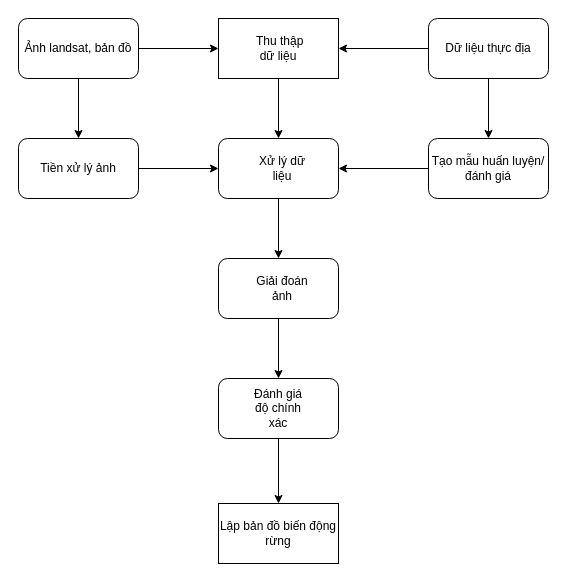
Before: tltk/kl.drawio in Hitachi124/-Users-lengochuynh-Downloads-code, a draw.io diagram. Source tidied: cells renumbered, new cells numbered last; positions are measured from the earlier drawing's top-left corner, leaving out a move shared by most shapes. Both pictures are drawn from the tidied source at 100%, with x=0, y=0 at pixel (18, 18).
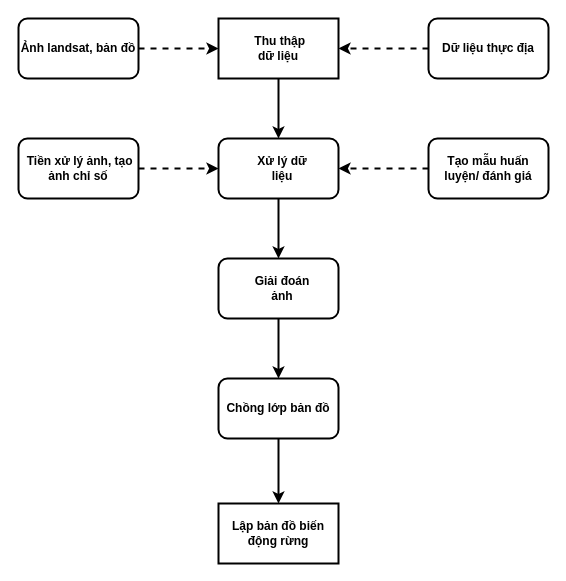
The same page after the edit.

Commit message:
Cập nhật kl.drawio

Change to the diagram source:
```diff
@@
-    <mxCell id="2" style="edgeStyle=orthogonalEdgeStyle;rounded=0;jettySize=auto;html=1;exitX=0.5;exitY=1;exitDx=0;exitDy=0;entryX=0.5;entryY=0;entryDx=0;entryDy=0;" parent="1" edge="1" source="3" target="6">
+    <mxCell id="2" style="edgeStyle=orthogonalEdgeStyle;rounded=0;jettySize=auto;html=1;exitX=0.5;exitY=1;exitDx=0;exitDy=0;entryX=0.5;entryY=0;entryDx=0;entryDy=0;strokeWidth=2;" parent="1" edge="1" source="3" target="6">
       <mxGeometry relative="1" as="geometry" />
     </mxCell>
-    <mxCell id="3" style="rounded=0;whiteSpace=wrap;html=1;" parent="1" vertex="1">
+    <mxCell id="3" style="rounded=0;whiteSpace=wrap;html=1;strokeWidth=2;" parent="1" vertex="1">
       <mxGeometry x="200" width="120" height="60" as="geometry" />
     </mxCell>
-    <mxCell id="4" value="Lập bản đồ biến động rừng" style="rounded=0;whiteSpace=wrap;html=1;" parent="1" vertex="1">
+    <mxCell id="4" value="&lt;b&gt;Lập bản đồ biến động rừng&lt;/b&gt;" style="rounded=0;whiteSpace=wrap;html=1;strokeWidth=2;" parent="1" vertex="1">
       <mxGeometry x="200" y="485" width="120" height="60" as="geometry" />
     </mxCell>
-    <mxCell id="5" style="edgeStyle=orthogonalEdgeStyle;rounded=0;jettySize=auto;html=1;exitX=0.5;exitY=1;exitDx=0;exitDy=0;entryX=0.5;entryY=0;entryDx=0;entryDy=0;" parent="1" edge="1" source="6" target="8">
+    <mxCell id="5" style="edgeStyle=orthogonalEdgeStyle;rounded=0;jettySize=auto;html=1;exitX=0.5;exitY=1;exitDx=0;exitDy=0;entryX=0.5;entryY=0;entryDx=0;entryDy=0;strokeWidth=2;" parent="1" edge="1" source="6" target="8">
       <mxGeometry relative="1" as="geometry" />
     </mxCell>
-    <mxCell id="6" style="rounded=1;whiteSpace=wrap;html=1;" parent="1" vertex="1">
+    <mxCell id="6" style="rounded=1;whiteSpace=wrap;html=1;strokeWidth=2;" parent="1" vertex="1">
       <mxGeometry x="200" y="120" width="120" height="60" as="geometry" />
     </mxCell>
-    <mxCell id="7" style="edgeStyle=orthogonalEdgeStyle;rounded=0;jettySize=auto;html=1;exitX=0.5;exitY=1;exitDx=0;exitDy=0;entryX=0.5;entryY=0;entryDx=0;entryDy=0;" parent="1" edge="1" source="8" target="10">
+    <mxCell id="7" style="edgeStyle=orthogonalEdgeStyle;rounded=0;jettySize=auto;html=1;exitX=0.5;exitY=1;exitDx=0;exitDy=0;entryX=0.5;entryY=0;entryDx=0;entryDy=0;strokeWidth=2;" parent="1" edge="1" source="8" target="10">
       <mxGeometry relative="1" as="geometry" />
     </mxCell>
-    <mxCell id="8" style="rounded=1;whiteSpace=wrap;html=1;" parent="1" vertex="1">
+    <mxCell id="8" style="rounded=1;whiteSpace=wrap;html=1;strokeWidth=2;" parent="1" vertex="1">
       <mxGeometry x="200" y="240" width="120" height="60" as="geometry" />
     </mxCell>
-    <mxCell id="9" style="edgeStyle=orthogonalEdgeStyle;rounded=0;jettySize=auto;html=1;exitX=0.5;exitY=1;exitDx=0;exitDy=0;entryX=0.5;entryY=0;entryDx=0;entryDy=0;" parent="1" edge="1" source="10" target="4">
+    <mxCell id="9" style="edgeStyle=orthogonalEdgeStyle;rounded=0;jettySize=auto;html=1;exitX=0.5;exitY=1;exitDx=0;exitDy=0;entryX=0.5;entryY=0;entryDx=0;entryDy=0;strokeWidth=2;" parent="1" edge="1" source="10" target="4">
       <mxGeometry relative="1" as="geometry" />
     </mxCell>
-    <mxCell id="10" style="rounded=1;whiteSpace=wrap;html=1;" parent="1" vertex="1">
+    <mxCell id="10" value="&lt;b&gt;Chồng lớp bản đồ&lt;/b&gt;" style="rounded=1;whiteSpace=wrap;html=1;strokeWidth=2;" parent="1" vertex="1">
       <mxGeometry x="200" y="360" width="120" height="60" as="geometry" />
     </mxCell>
-    <mxCell id="11" value="&amp;nbsp;Thu thập dữ liệu" style="text;html=1;align=center;verticalAlign=middle;whiteSpace=wrap;rounded=0;" parent="1" vertex="1">
+    <mxCell id="11" value="&lt;b&gt;&amp;nbsp;Thu thập dữ liệu&lt;/b&gt;" style="text;html=1;align=center;verticalAlign=middle;whiteSpace=wrap;rounded=0;" parent="1" vertex="1">
       <mxGeometry x="230" y="15" width="60" height="30" as="geometry" />
     </mxCell>
-    <mxCell id="12" value="Xử lý dữ liệu" style="text;html=1;align=center;verticalAlign=middle;whiteSpace=wrap;rounded=0;" parent="1" vertex="1">
+    <mxCell id="12" value="&lt;b&gt;Xử lý dữ liệu&lt;/b&gt;" style="text;html=1;align=center;verticalAlign=middle;whiteSpace=wrap;rounded=0;" parent="1" vertex="1">
       <mxGeometry x="234" y="135" width="60" height="30" as="geometry" />
     </mxCell>
-    <mxCell id="13" value="Giải đoán ảnh" style="text;html=1;align=center;verticalAlign=middle;whiteSpace=wrap;rounded=0;" parent="1" vertex="1">
+    <mxCell id="13" value="&lt;b&gt;Giải đoán ảnh&lt;/b&gt;" style="text;html=1;align=center;verticalAlign=middle;whiteSpace=wrap;rounded=0;" parent="1" vertex="1">
       <mxGeometry x="234" y="255" width="60" height="30" as="geometry" />
     </mxCell>
-    <mxCell id="14" value="Đánh giá độ chính xác" style="text;html=1;align=center;verticalAlign=middle;whiteSpace=wrap;rounded=0;" parent="1" vertex="1">
-      <mxGeometry x="230" y="375" width="60" height="30" as="geometry" />
-    </mxCell>
-    <mxCell id="15" style="edgeStyle=orthogonalEdgeStyle;rounded=0;jettySize=auto;html=1;exitX=1;exitY=0.5;exitDx=0;exitDy=0;entryX=0;entryY=0.5;entryDx=0;entryDy=0;" parent="1" edge="1" source="17" target="3">
+    <mxCell id="15" style="edgeStyle=orthogonalEdgeStyle;rounded=0;jettySize=auto;html=1;exitX=1;exitY=0.5;exitDx=0;exitDy=0;entryX=0;entryY=0.5;entryDx=0;entryDy=0;dashed=1;strokeWidth=2;" parent="1" edge="1" source="17" target="3">
       <mxGeometry relative="1" as="geometry" />
     </mxCell>
-    <mxCell id="16" style="edgeStyle=orthogonalEdgeStyle;rounded=0;jettySize=auto;html=1;exitX=0.5;exitY=1;exitDx=0;exitDy=0;entryX=0.5;entryY=0;entryDx=0;entryDy=0;" parent="1" edge="1" source="17" target="19">
-      <mxGeometry relative="1" as="geometry" />
-    </mxCell>
-    <mxCell id="17" value="Ảnh landsat, bản đồ" style="rounded=1;whiteSpace=wrap;html=1;" parent="1" vertex="1">
+    <mxCell id="17" value="&lt;b&gt;Ảnh landsat, bản đồ&lt;/b&gt;" style="rounded=1;whiteSpace=wrap;html=1;strokeWidth=2;" parent="1" vertex="1">
       <mxGeometry width="120" height="60" as="geometry" />
     </mxCell>
-    <mxCell id="18" style="edgeStyle=orthogonalEdgeStyle;rounded=0;jettySize=auto;html=1;exitX=1;exitY=0.5;exitDx=0;exitDy=0;entryX=0;entryY=0.5;entryDx=0;entryDy=0;" parent="1" edge="1" source="19" target="6">
+    <mxCell id="18" style="edgeStyle=orthogonalEdgeStyle;rounded=0;jettySize=auto;html=1;exitX=1;exitY=0.5;exitDx=0;exitDy=0;entryX=0;entryY=0.5;entryDx=0;entryDy=0;dashed=1;strokeWidth=2;" parent="1" edge="1" source="19" target="6">
       <mxGeometry relative="1" as="geometry" />
     </mxCell>
-    <mxCell id="19" value="Tiền xử lý ảnh" style="rounded=1;whiteSpace=wrap;html=1;" parent="1" vertex="1">
+    <mxCell id="19" value="&lt;b&gt;&amp;nbsp;Tiền xử lý ảnh, tạo ảnh chỉ số&lt;/b&gt;" style="rounded=1;whiteSpace=wrap;html=1;strokeWidth=2;" parent="1" vertex="1">
       <mxGeometry y="120" width="120" height="60" as="geometry" />
     </mxCell>
-    <mxCell id="20" style="edgeStyle=orthogonalEdgeStyle;rounded=0;jettySize=auto;html=1;exitX=0;exitY=0.5;exitDx=0;exitDy=0;entryX=1;entryY=0.5;entryDx=0;entryDy=0;" parent="1" edge="1" source="22" target="3">
+    <mxCell id="20" style="edgeStyle=orthogonalEdgeStyle;rounded=0;jettySize=auto;html=1;exitX=0;exitY=0.5;exitDx=0;exitDy=0;entryX=1;entryY=0.5;entryDx=0;entryDy=0;dashed=1;strokeWidth=2;" parent="1" edge="1" source="22" target="3">
       <mxGeometry relative="1" as="geometry" />
     </mxCell>
-    <mxCell id="21" style="edgeStyle=orthogonalEdgeStyle;rounded=0;jettySize=auto;html=1;exitX=0.5;exitY=1;exitDx=0;exitDy=0;entryX=0.5;entryY=0;entryDx=0;entryDy=0;" parent="1" edge="1" source="22" target="24">
-      <mxGeometry relative="1" as="geometry" />
-    </mxCell>
-    <mxCell id="22" value="Dữ liệu thực địa" style="rounded=1;whiteSpace=wrap;html=1;" parent="1" vertex="1">
+    <mxCell id="22" value="&lt;b&gt;Dữ liệu thực địa&lt;/b&gt;" style="rounded=1;whiteSpace=wrap;html=1;strokeWidth=2;" parent="1" vertex="1">
       <mxGeometry x="410" width="120" height="60" as="geometry" />
     </mxCell>
-    <mxCell id="23" style="edgeStyle=orthogonalEdgeStyle;rounded=0;jettySize=auto;html=1;exitX=0;exitY=0.5;exitDx=0;exitDy=0;entryX=1;entryY=0.5;entryDx=0;entryDy=0;" parent="1" edge="1" source="24" target="6">
+    <mxCell id="23" style="edgeStyle=orthogonalEdgeStyle;rounded=0;jettySize=auto;html=1;exitX=0;exitY=0.5;exitDx=0;exitDy=0;entryX=1;entryY=0.5;entryDx=0;entryDy=0;dashed=1;strokeWidth=2;" parent="1" edge="1" source="24" target="6">
       <mxGeometry relative="1" as="geometry" />
     </mxCell>
-    <mxCell id="24" value="Tạo mẫu huấn luyện/ đánh giá" style="rounded=1;whiteSpace=wrap;html=1;" parent="1" vertex="1">
+    <mxCell id="24" value="&lt;b&gt;Tạo mẫu huấn luyện/ đánh giá&lt;/b&gt;" style="rounded=1;whiteSpace=wrap;html=1;strokeWidth=2;" parent="1" vertex="1">
       <mxGeometry x="410" y="120" width="120" height="60" as="geometry" />
     </mxCell>
```
